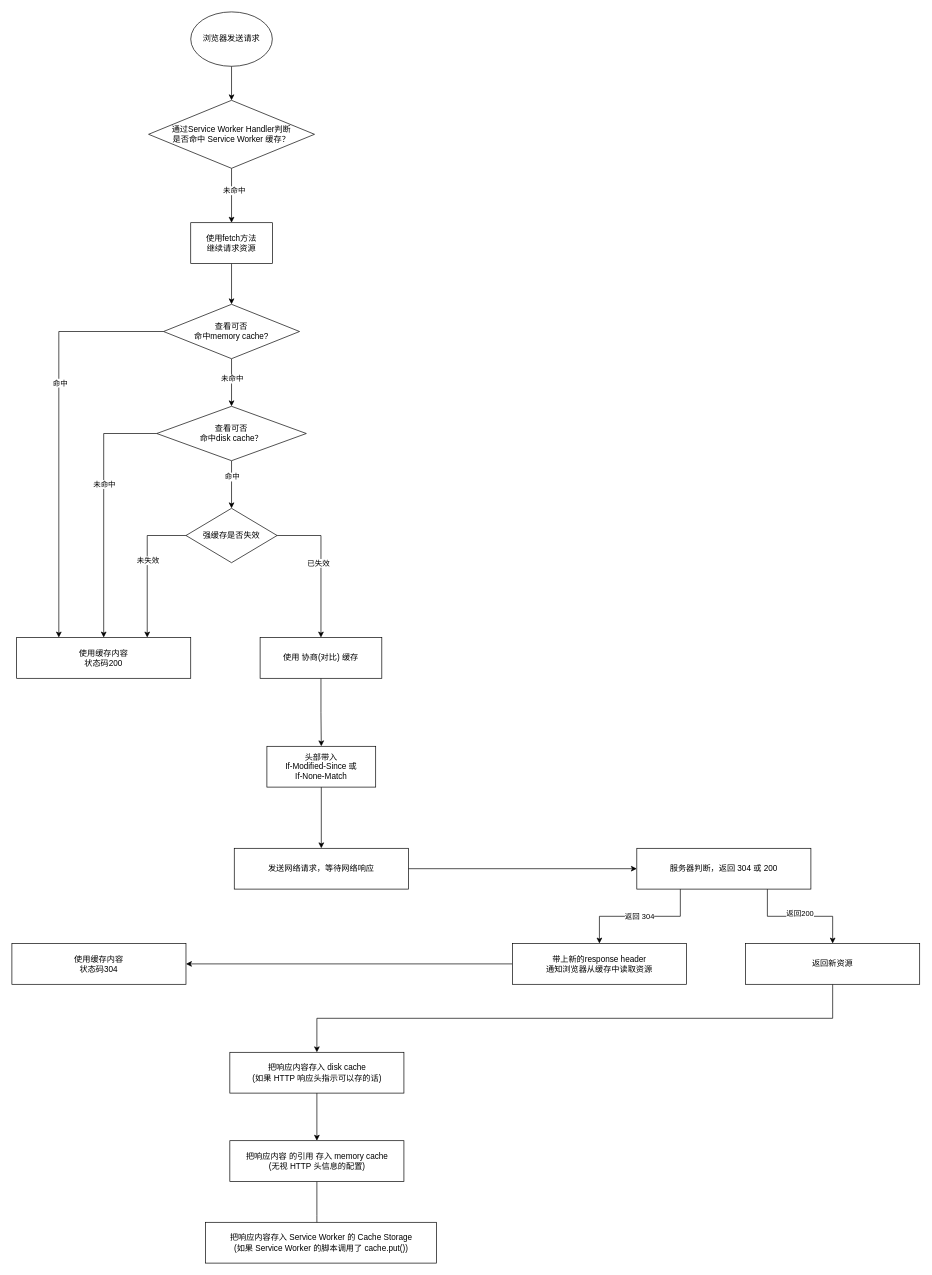
Earlier version of the draw.io diagram 浏览器缓存.drawio (landiy/drawio-repo). Source tidied: cells renumbered, new cells numbered last; positions are measured from the earlier drawing's top-left corner, leaving out a move shared by most shapes. Both pictures are drawn from the tidied source at 68%, with x=0, y=0 at pixel (12, 12).
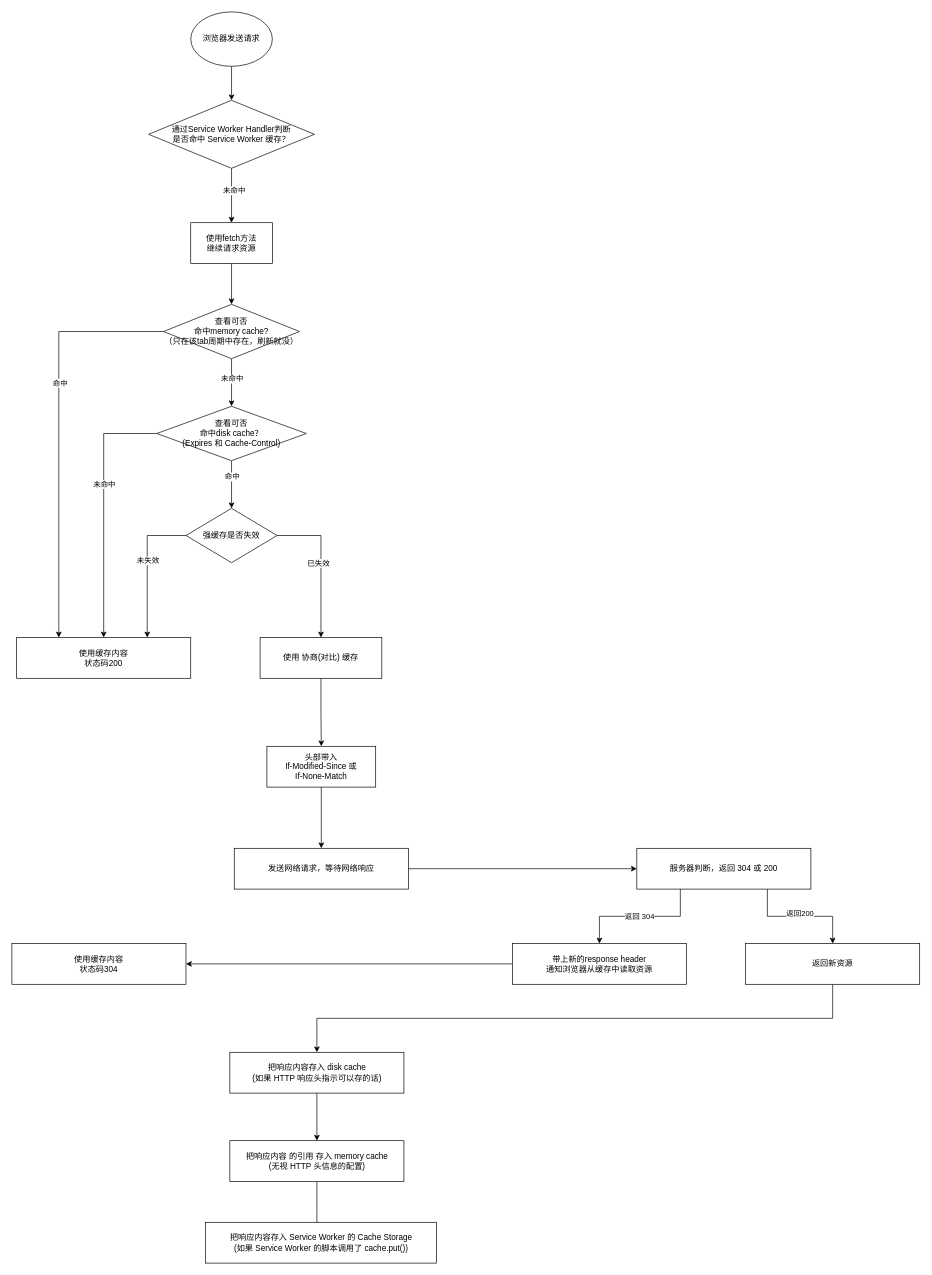
The same diagram, later.

Commit message:
Update 浏览器缓存.drawio

What changed in the source:
```diff
@@
-    <mxCell id="13" value="查看可否&lt;br&gt;命中memory cache?" style="rhombus;whiteSpace=wrap;html=1;" parent="1" vertex="1">
+    <mxCell id="13" value="查看可否&lt;br&gt;命中memory cache?&lt;br&gt;（只在该tab周期中存在，刷新就没）" style="rhombus;whiteSpace=wrap;html=1;" parent="1" vertex="1">
       <mxGeometry x="223" y="430" width="200" height="80" as="geometry" />
     </mxCell>
@@
-    <mxCell id="19" value="&lt;span&gt;查看可否&lt;/span&gt;&lt;br&gt;&lt;span&gt;命中disk cache？&lt;/span&gt;" style="rhombus;whiteSpace=wrap;html=1;" parent="1" vertex="1">
+    <mxCell id="19" value="&lt;span&gt;查看可否&lt;/span&gt;&lt;br&gt;&lt;span&gt;命中disk cache？&lt;br&gt;(Expires 和 Cache-Control)&lt;br&gt;&lt;/span&gt;" style="rhombus;whiteSpace=wrap;html=1;" parent="1" vertex="1">
       <mxGeometry x="213" y="580" width="220" height="80" as="geometry" />
     </mxCell>
```
